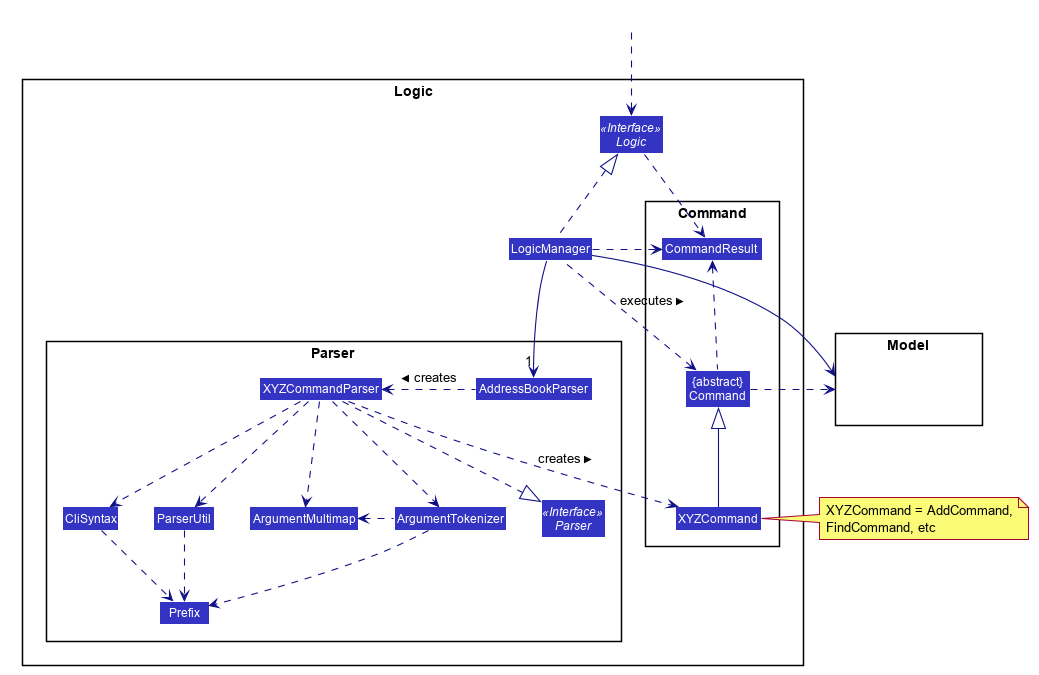
Before: docs/images/LogicClassDiagram.png, a diagram exported from PlantUML (nus-cs2103-AY2021S2/tp).
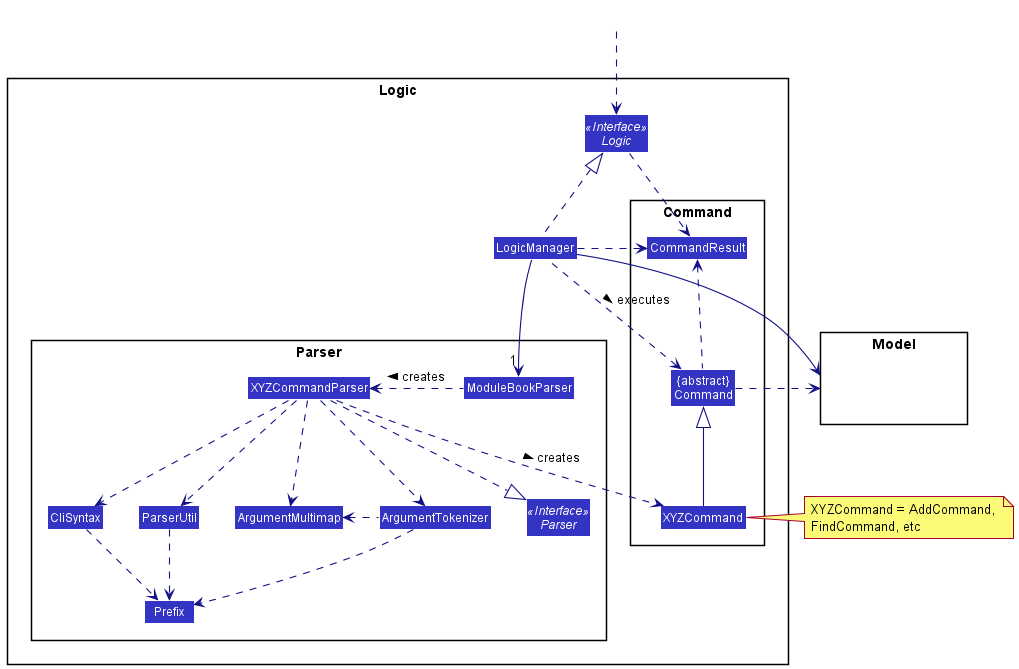
Later version of the same file.

Change to the diagram source:
```diff
@@ -1,61 +1,14 @@
 @startuml
-
-
-
-
-
-
-
-
-skinparam BackgroundColor #FFFFFFF
-
-skinparam Shadowing false
-
-skinparam Class {
-    FontColor #FFFFFF
-    BorderThickness 1
-    BorderColor #FFFFFF
-    StereotypeFontColor #FFFFFF
-    FontName Arial
-}
-
-skinparam Actor {
-    BorderColor #000000
-    Color #000000
-    FontName Arial
-}
-
-skinparam Sequence {
-    MessageAlign center
-    BoxFontSize 15
-    BoxPadding 0
-    BoxFontColor #FFFFFF
-    FontName Arial
-}
-
-skinparam Participant {
-    FontColor #FFFFFFF
-    Padding 20
-}
-
-skinparam MinClassWidth 50
-skinparam ParticipantPadding 10
-skinparam Shadowing false
-skinparam DefaultTextAlignment center
-skinparam packageStyle Rectangle
-
-hide footbox
-hide members
-hide circle
+!include style.puml
 skinparam arrowThickness 1.1
-skinparam arrowColor #101086
-skinparam classBackgroundColor #3333C4
+skinparam arrowColor LOGIC_COLOR_T4
+skinparam classBackgroundColor LOGIC_COLOR
 
 package Logic {
 
 package Parser {
 Interface Parser <<Interface>>
-Class AddressBookParser
+Class ModuleBookParser
 Class XYZCommandParser
 Class CliSyntax
 Class ParserUtil
@@ -82,8 +35,8 @@
 HiddenOutside ..> Logic
 
 LogicManager .up.|> Logic
-LogicManager -->"1" AddressBookParser
-AddressBookParser .left.> XYZCommandParser: creates >
+LogicManager -->"1" ModuleBookParser
+ModuleBookParser .left.> XYZCommandParser: creates >
 
 XYZCommandParser ..> XYZCommand : creates >
 XYZCommandParser ..|> Parser
```
